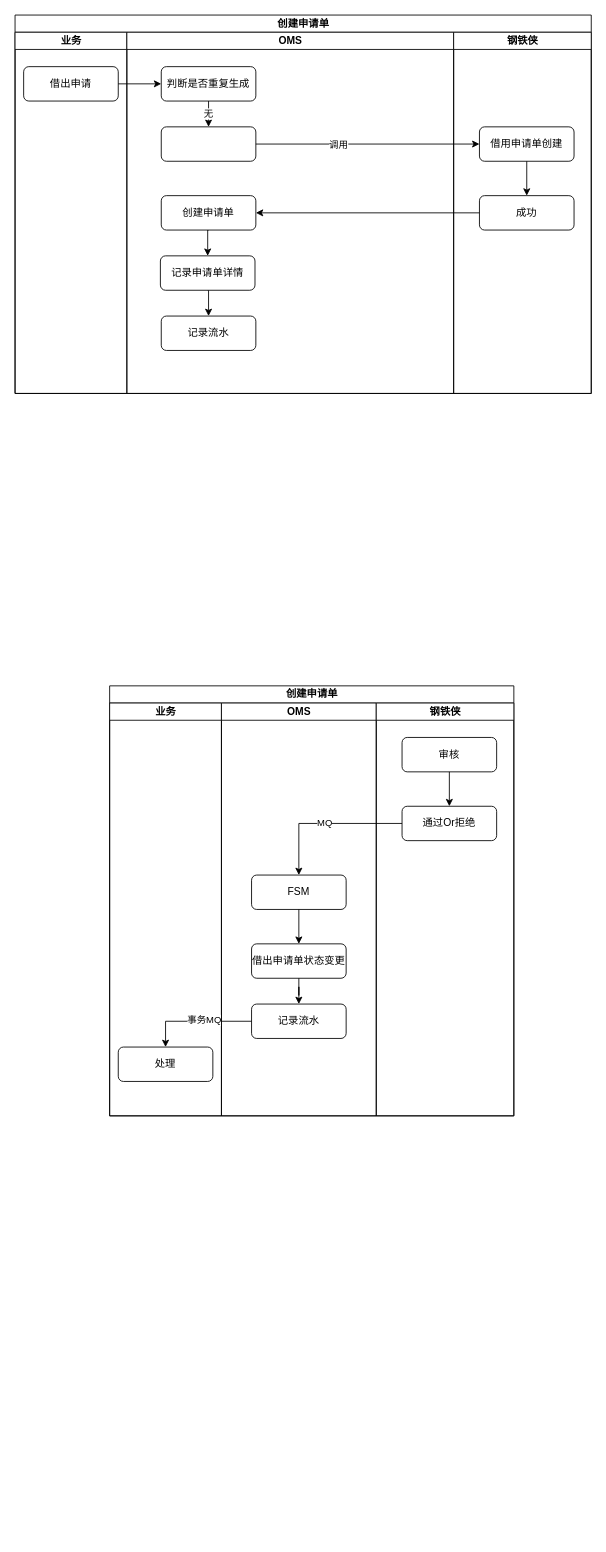
This is OMS对接借出业务.drawio from yz19930826/pics, a draw.io file, before an edit. Source tidied: cells renumbered, new cells numbered last; positions are measured from the earlier drawing's top-left corner, leaving out a move shared by most shapes. Both pictures are drawn from the tidied source at 86%, with x=0, y=0 at pixel (15, 15).
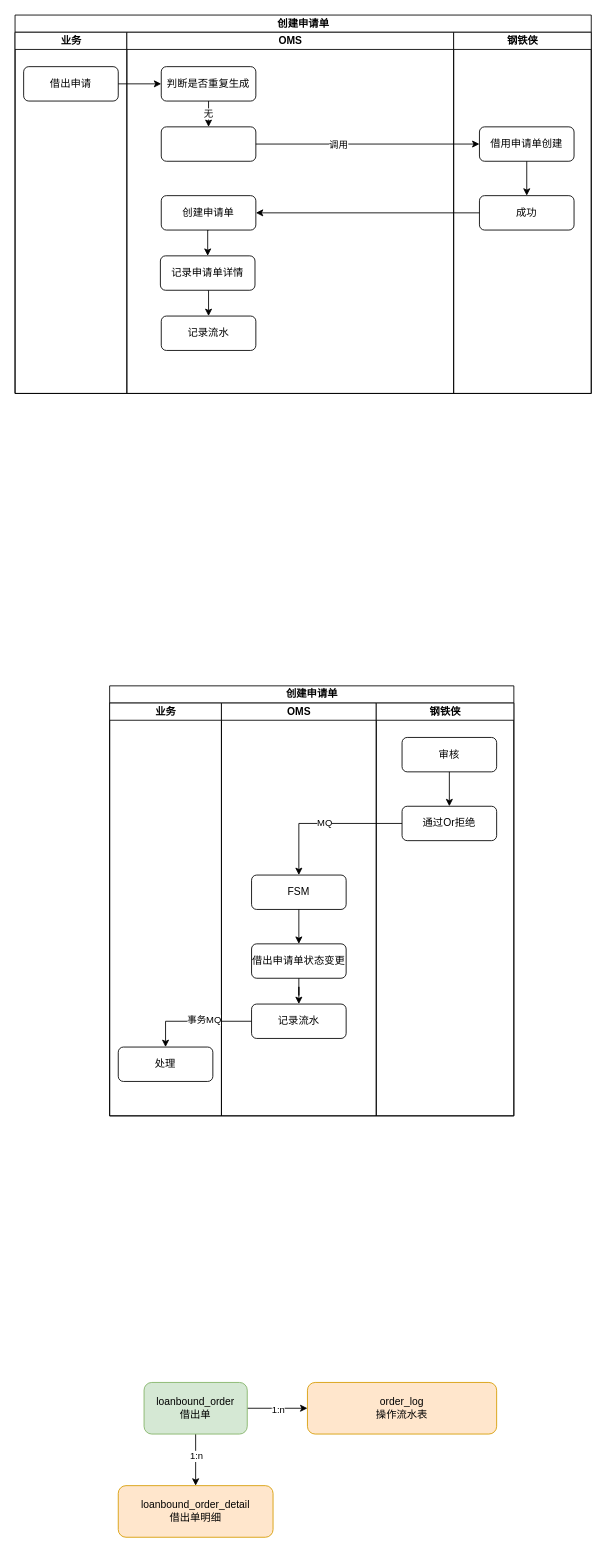
Above is the later version.

Commit message:
Update OMS对接借出业务.drawio

Change to the diagram source:
```diff
@@
+    <mxCell id="38" style="edgeStyle=orthogonalEdgeStyle;rounded=0;sketch=0;jettySize=auto;html=1;strokeColor=#000000;" parent="1" edge="1" source="42" target="43">
+      <mxGeometry relative="1" as="geometry" />
+    </mxCell>
+    <mxCell id="39" value="1:n" style="edgeLabel;html=1;align=center;verticalAlign=middle;" parent="38" vertex="1">
+      <mxGeometry x="-0.16" relative="1" as="geometry" />
+    </mxCell>
+    <mxCell id="40" style="edgeStyle=orthogonalEdgeStyle;rounded=0;sketch=0;jettySize=auto;html=1;exitX=1;exitY=0.5;exitDx=0;exitDy=0;entryX=0;entryY=0.5;entryDx=0;entryDy=0;strokeColor=#000000;" parent="1" edge="1" source="42" target="44">
+      <mxGeometry relative="1" as="geometry" />
+    </mxCell>
+    <mxCell id="41" value="1:n" style="edgeLabel;html=1;align=center;verticalAlign=middle;" parent="40" vertex="1">
+      <mxGeometry y="-1" relative="1" as="geometry" />
+    </mxCell>
+    <mxCell id="42" value="loanbound_order&lt;br&gt;借出单" style="rounded=1;whiteSpace=wrap;html=1;sketch=0;fillColor=#d5e8d4;strokeColor=#82b366;" parent="1" vertex="1">
+      <mxGeometry x="150" y="1590" width="120" height="60" as="geometry" />
+    </mxCell>
+    <mxCell id="43" value="loanbound_order_detail&lt;br&gt;借出单明细" style="rounded=1;whiteSpace=wrap;html=1;sketch=0;fillColor=#ffe6cc;strokeColor=#d79b00;" parent="1" vertex="1">
+      <mxGeometry x="120" y="1710" width="180" height="60" as="geometry" />
+    </mxCell>
+    <mxCell id="44" value="order_log&lt;br&gt;操作流水表" style="rounded=1;whiteSpace=wrap;html=1;sketch=0;fillColor=#ffe6cc;strokeColor=#d79b00;" parent="1" vertex="1">
+      <mxGeometry x="340" y="1590" width="220" height="60" as="geometry" />
+    </mxCell>
```
